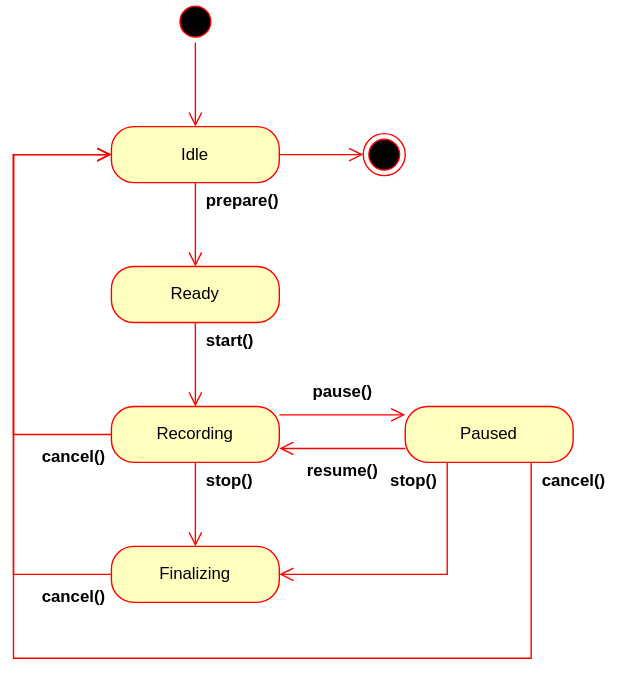
Before: docs/images/Model/Recorder/state.drawio.svg, a diagram exported from draw.io (ryonakano/reco). Source tidied: cells renumbered, new cells last; positions are measured from the earlier drawing's top-left corner, leaving out a move shared by most shapes. Source of this version:
```xml
<mxGraphModel background="#ffffff">
  <root>
    <mxCell id="0" />
    <mxCell id="1" parent="0" />
    <mxCell id="2" style="ellipse;html=1;shape=startState;fillColor=#000000;strokeColor=#ff0000;" parent="1" vertex="1">
      <mxGeometry x="115" width="30" height="30" as="geometry" />
    </mxCell>
    <mxCell id="3" style="edgeStyle=orthogonalEdgeStyle;html=1;verticalAlign=bottom;endArrow=open;endSize=8;strokeColor=#ff0000;rounded=0;" parent="1" edge="1" source="2">
      <mxGeometry relative="1" as="geometry">
        <mxPoint x="130" y="90" as="targetPoint" />
      </mxGeometry>
    </mxCell>
    <mxCell id="4" style="edgeStyle=orthogonalEdgeStyle;rounded=0;jettySize=auto;html=1;entryX=0;entryY=0.5;entryDx=0;entryDy=0;startSize=8;endSize=8;endArrow=open;endFill=0;strokeColor=#FF0000;" parent="1" edge="1" source="5" target="18">
      <mxGeometry relative="1" as="geometry" />
    </mxCell>
    <mxCell id="5" value="Idle" style="rounded=1;whiteSpace=wrap;html=1;arcSize=40;fontColor=#000000;fillColor=#ffffc0;strokeColor=#ff0000;" parent="1" vertex="1">
      <mxGeometry x="70" y="90" width="120" height="40" as="geometry" />
    </mxCell>
    <mxCell id="6" style="edgeStyle=orthogonalEdgeStyle;html=1;verticalAlign=bottom;endArrow=open;endSize=8;strokeColor=#ff0000;rounded=0;" parent="1" edge="1" source="5">
      <mxGeometry relative="1" as="geometry">
        <mxPoint x="130" y="190" as="targetPoint" />
      </mxGeometry>
    </mxCell>
    <mxCell id="7" value="Ready" style="rounded=1;whiteSpace=wrap;html=1;arcSize=40;fontColor=#000000;fillColor=#ffffc0;strokeColor=#ff0000;" parent="1" vertex="1">
      <mxGeometry x="70" y="190" width="120" height="40" as="geometry" />
    </mxCell>
    <mxCell id="8" style="edgeStyle=orthogonalEdgeStyle;html=1;verticalAlign=bottom;endArrow=open;endSize=8;strokeColor=#ff0000;rounded=0;" parent="1" edge="1" source="7">
      <mxGeometry relative="1" as="geometry">
        <mxPoint x="130" y="290" as="targetPoint" />
      </mxGeometry>
    </mxCell>
    <mxCell id="9" style="edgeStyle=orthogonalEdgeStyle;rounded=0;jettySize=auto;html=1;entryX=0;entryY=0.5;entryDx=0;entryDy=0;exitX=0;exitY=0.5;exitDx=0;exitDy=0;strokeColor=#FF0000;endSize=8;startSize=8;endArrow=open;endFill=0;" parent="1" edge="1" source="10" target="5">
      <mxGeometry relative="1" as="geometry">
        <Array as="points">
          <mxPoint y="310" />
          <mxPoint y="110" />
        </Array>
      </mxGeometry>
    </mxCell>
    <mxCell id="10" value="Recording" style="rounded=1;whiteSpace=wrap;html=1;arcSize=40;fontColor=#000000;fillColor=#ffffc0;strokeColor=#ff0000;" parent="1" vertex="1">
      <mxGeometry x="70" y="290" width="120" height="40" as="geometry" />
    </mxCell>
    <mxCell id="11" style="edgeStyle=orthogonalEdgeStyle;html=1;verticalAlign=bottom;endArrow=open;endSize=8;strokeColor=#ff0000;rounded=0;" parent="1" edge="1" source="10">
      <mxGeometry relative="1" as="geometry">
        <mxPoint x="130" y="390" as="targetPoint" />
      </mxGeometry>
    </mxCell>
    <mxCell id="12" value="Finalizing" style="rounded=1;whiteSpace=wrap;html=1;arcSize=40;fontColor=#000000;fillColor=#ffffc0;strokeColor=#ff0000;" parent="1" vertex="1">
      <mxGeometry x="70" y="390" width="120" height="40" as="geometry" />
    </mxCell>
    <mxCell id="13" style="edgeStyle=orthogonalEdgeStyle;html=1;verticalAlign=bottom;endArrow=open;endSize=8;strokeColor=#ff0000;rounded=0;entryX=0;entryY=0.5;entryDx=0;entryDy=0;" parent="1" edge="1" source="12" target="5">
      <mxGeometry relative="1" as="geometry">
        <Array as="points">
          <mxPoint y="410" />
          <mxPoint y="110" />
        </Array>
      </mxGeometry>
    </mxCell>
    <mxCell id="14" style="edgeStyle=orthogonalEdgeStyle;rounded=0;jettySize=auto;html=1;entryX=1;entryY=0.5;entryDx=0;entryDy=0;endArrow=open;endFill=0;strokeColor=light-dark(#FF0000,#EDEDED);endSize=8;startSize=8;exitX=0.25;exitY=1;exitDx=0;exitDy=0;" parent="1" edge="1" source="16" target="12">
      <mxGeometry relative="1" as="geometry">
        <Array as="points">
          <mxPoint x="310" y="410" />
        </Array>
      </mxGeometry>
    </mxCell>
    <mxCell id="15" style="edgeStyle=orthogonalEdgeStyle;rounded=0;jettySize=auto;html=1;entryX=0;entryY=0.5;entryDx=0;entryDy=0;exitX=0.75;exitY=1;exitDx=0;exitDy=0;strokeColor=#FF0000;endArrow=open;endFill=0;endSize=8;startSize=8;" parent="1" edge="1" source="16" target="5">
      <mxGeometry relative="1" as="geometry">
        <Array as="points">
          <mxPoint x="370" y="470" />
          <mxPoint y="470" />
          <mxPoint y="110" />
        </Array>
      </mxGeometry>
    </mxCell>
    <mxCell id="16" value="Paused" style="rounded=1;whiteSpace=wrap;html=1;arcSize=40;fontColor=#000000;fillColor=#ffffc0;strokeColor=#ff0000;" parent="1" vertex="1">
      <mxGeometry x="280" y="290" width="120" height="40" as="geometry" />
    </mxCell>
    <mxCell id="17" style="edgeStyle=orthogonalEdgeStyle;html=1;verticalAlign=bottom;endArrow=open;endSize=8;strokeColor=#ff0000;rounded=0;entryX=1;entryY=0.5;entryDx=0;entryDy=0;startArrow=none;startFill=0;startSize=8;" parent="1" edge="1">
      <mxGeometry relative="1" as="geometry">
        <mxPoint x="280" y="320" as="sourcePoint" />
        <mxPoint x="190" y="320" as="targetPoint" />
      </mxGeometry>
    </mxCell>
    <mxCell id="18" style="ellipse;html=1;shape=endState;fillColor=#000000;strokeColor=#ff0000;" parent="1" vertex="1">
      <mxGeometry x="250" y="95" width="30" height="30" as="geometry" />
    </mxCell>
    <mxCell id="19" value="prepare()" style="text;align=left;fontStyle=1;verticalAlign=middle;spacingLeft=6;spacingRight=3;strokeColor=none;html=1;" parent="1" vertex="1">
      <mxGeometry x="130" y="130" width="70" height="26" as="geometry" />
    </mxCell>
    <mxCell id="20" value="start()" style="text;align=left;fontStyle=1;verticalAlign=middle;spacingLeft=6;spacingRight=3;strokeColor=none;html=1;" parent="1" vertex="1">
      <mxGeometry x="130" y="230" width="70" height="26" as="geometry" />
    </mxCell>
    <mxCell id="21" value="pause()" style="text;align=center;fontStyle=1;verticalAlign=middle;spacingLeft=3;spacingRight=3;strokeColor=none;html=1;spacingBottom=6;" parent="1" vertex="1">
      <mxGeometry x="200" y="270" width="70" height="26" as="geometry" />
    </mxCell>
    <mxCell id="22" value="resume()" style="text;align=center;fontStyle=1;verticalAlign=middle;spacingLeft=3;spacingRight=3;strokeColor=none;html=1;spacingTop=6;" parent="1" vertex="1">
      <mxGeometry x="200" y="320" width="70" height="26" as="geometry" />
    </mxCell>
    <mxCell id="23" value="stop()" style="text;align=right;fontStyle=1;verticalAlign=middle;spacingLeft=3;spacingRight=6;strokeColor=none;html=1;" parent="1" vertex="1">
      <mxGeometry x="240" y="330" width="70" height="26" as="geometry" />
    </mxCell>
    <mxCell id="24" value="stop()" style="text;align=left;fontStyle=1;verticalAlign=middle;spacingLeft=6;spacingRight=3;strokeColor=none;html=1;" parent="1" vertex="1">
      <mxGeometry x="130" y="330" width="70" height="26" as="geometry" />
    </mxCell>
    <mxCell id="25" style="edgeStyle=orthogonalEdgeStyle;html=1;verticalAlign=bottom;endArrow=none;endSize=8;strokeColor=#ff0000;rounded=0;entryX=1;entryY=0.5;entryDx=0;entryDy=0;startArrow=open;startFill=1;startSize=8;endFill=0;" parent="1" edge="1">
      <mxGeometry relative="1" as="geometry">
        <mxPoint x="280" y="296" as="sourcePoint" />
        <mxPoint x="190" y="296" as="targetPoint" />
      </mxGeometry>
    </mxCell>
    <mxCell id="26" value="cancel()" style="text;align=right;fontStyle=1;verticalAlign=middle;spacingLeft=3;spacingRight=3;strokeColor=none;html=1;spacingTop=6;" parent="1" vertex="1">
      <mxGeometry y="310" width="70" height="26" as="geometry" />
    </mxCell>
    <mxCell id="27" value="cancel()" style="text;align=right;fontStyle=1;verticalAlign=middle;spacingLeft=3;spacingRight=3;strokeColor=none;html=1;spacingTop=6;" parent="1" vertex="1">
      <mxGeometry y="410" width="70" height="26" as="geometry" />
    </mxCell>
    <mxCell id="28" value="cancel()" style="text;align=left;fontStyle=1;verticalAlign=middle;spacingLeft=6;spacingRight=3;strokeColor=none;html=1;spacingTop=0;" parent="1" vertex="1">
      <mxGeometry x="370" y="330" width="70" height="26" as="geometry" />
    </mxCell>
  </root>
</mxGraphModel>
```
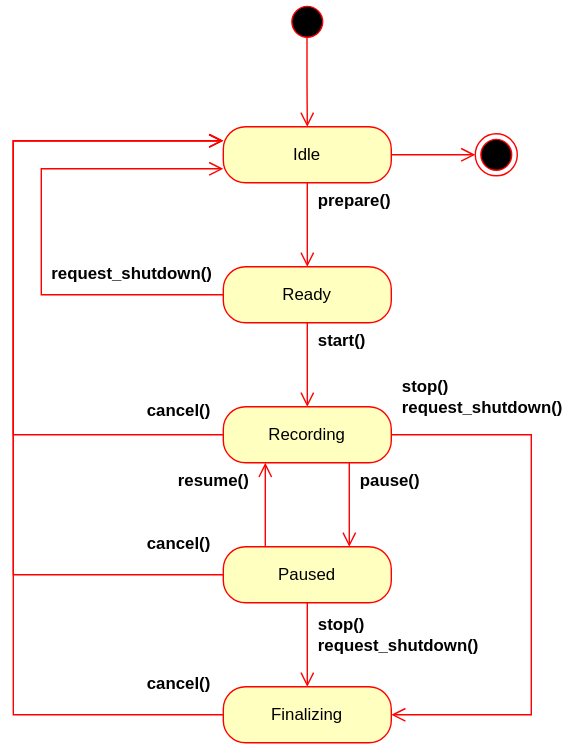
After the change.

Commit message:
docs: Recorder: Explicit graceful shutdown

The edit, as a diff of the source:
```diff
@@ -5,7 +5,7 @@
     <mxCell id="2" style="ellipse;html=1;shape=startState;fillColor=#000000;strokeColor=#ff0000;" parent="1" vertex="1">
       <mxGeometry x="115" width="30" height="30" as="geometry" />
     </mxCell>
-    <mxCell id="3" style="edgeStyle=orthogonalEdgeStyle;html=1;verticalAlign=bottom;endArrow=open;endSize=8;strokeColor=#ff0000;rounded=0;" parent="1" edge="1" source="2">
+    <mxCell id="3" style="edgeStyle=orthogonalEdgeStyle;html=1;verticalAlign=bottom;endArrow=open;endSize=8;strokeColor=#ff0000;rounded=0;exitX=0.493;exitY=0.873;exitDx=0;exitDy=0;exitPerimeter=0;" parent="1" edge="1" source="2">
       <mxGeometry relative="1" as="geometry">
         <mxPoint x="130" y="90" as="targetPoint" />
       </mxGeometry>
@@ -21,6 +21,14 @@
         <mxPoint x="130" y="190" as="targetPoint" />
       </mxGeometry>
     </mxCell>
+    <mxCell id="29" style="edgeStyle=orthogonalEdgeStyle;rounded=0;jettySize=auto;html=1;exitX=0;exitY=0.5;exitDx=0;exitDy=0;entryX=0;entryY=0.75;entryDx=0;entryDy=0;strokeColor=#FF0000;endArrow=open;endFill=0;endSize=8;" parent="1" edge="1" source="7" target="5">
+      <mxGeometry relative="1" as="geometry">
+        <Array as="points">
+          <mxPoint x="-60" y="210" />
+          <mxPoint x="-60" y="120" />
+        </Array>
+      </mxGeometry>
+    </mxCell>
     <mxCell id="7" value="Ready" style="rounded=1;whiteSpace=wrap;html=1;arcSize=40;fontColor=#000000;fillColor=#ffffc0;strokeColor=#ff0000;" parent="1" vertex="1">
       <mxGeometry x="70" y="190" width="120" height="40" as="geometry" />
     </mxCell>
@@ -29,58 +37,56 @@
         <mxPoint x="130" y="290" as="targetPoint" />
       </mxGeometry>
     </mxCell>
+    <mxCell id="30" style="edgeStyle=orthogonalEdgeStyle;rounded=0;jettySize=auto;html=1;exitX=0.75;exitY=1;exitDx=0;exitDy=0;entryX=0.75;entryY=0;entryDx=0;entryDy=0;strokeColor=#FF0000;endSize=8;endArrow=open;endFill=0;" parent="1" edge="1" source="10" target="12">
+      <mxGeometry relative="1" as="geometry" />
+    </mxCell>
+    <mxCell id="31" style="edgeStyle=orthogonalEdgeStyle;rounded=0;jettySize=auto;html=1;entryX=1;entryY=0.5;entryDx=0;entryDy=0;strokeColor=#FF0000;endArrow=open;endFill=0;endSize=8;" parent="1" edge="1" source="10" target="16">
+      <mxGeometry relative="1" as="geometry">
+        <Array as="points">
+          <mxPoint x="290" y="310" />
+          <mxPoint x="290" y="510" />
+        </Array>
+      </mxGeometry>
+    </mxCell>
-    <mxCell id="9" style="edgeStyle=orthogonalEdgeStyle;rounded=0;jettySize=auto;html=1;entryX=0;entryY=0.5;entryDx=0;entryDy=0;exitX=0;exitY=0.5;exitDx=0;exitDy=0;strokeColor=#FF0000;endSize=8;startSize=8;endArrow=open;endFill=0;" parent="1" edge="1" source="10" target="5">
+    <mxCell id="9" style="edgeStyle=orthogonalEdgeStyle;rounded=0;jettySize=auto;html=1;entryX=0;entryY=0.25;entryDx=0;entryDy=0;exitX=0;exitY=0.5;exitDx=0;exitDy=0;strokeColor=#FF0000;endSize=8;endArrow=open;endFill=0;" parent="1" edge="1" source="10" target="5">
       <mxGeometry relative="1" as="geometry">
         <Array as="points">
-          <mxPoint y="310" />
-          <mxPoint y="110" />
+          <mxPoint x="-80" y="310" />
+          <mxPoint x="-80" y="100" />
         </Array>
       </mxGeometry>
     </mxCell>
     <mxCell id="10" value="Recording" style="rounded=1;whiteSpace=wrap;html=1;arcSize=40;fontColor=#000000;fillColor=#ffffc0;strokeColor=#ff0000;" parent="1" vertex="1">
       <mxGeometry x="70" y="290" width="120" height="40" as="geometry" />
     </mxCell>
-    <mxCell id="11" style="edgeStyle=orthogonalEdgeStyle;html=1;verticalAlign=bottom;endArrow=open;endSize=8;strokeColor=#ff0000;rounded=0;" parent="1" edge="1" source="10">
-      <mxGeometry relative="1" as="geometry">
-        <mxPoint x="130" y="390" as="targetPoint" />
-      </mxGeometry>
-    </mxCell>
+    <mxCell id="32" style="edgeStyle=orthogonalEdgeStyle;rounded=0;jettySize=auto;html=1;exitX=0.25;exitY=0;exitDx=0;exitDy=0;entryX=0.25;entryY=1;entryDx=0;entryDy=0;strokeColor=#FF0000;endArrow=open;endFill=0;endSize=8;" parent="1" edge="1" source="12" target="10">
+      <mxGeometry relative="1" as="geometry" />
+    </mxCell>
+    <mxCell id="33" style="edgeStyle=orthogonalEdgeStyle;rounded=0;jettySize=auto;html=1;entryX=0.5;entryY=0;entryDx=0;entryDy=0;strokeColor=#FF0000;endArrow=open;endFill=0;endSize=8;" parent="1" edge="1" source="12" target="16">
+      <mxGeometry relative="1" as="geometry" />
+    </mxCell>
+    <mxCell id="34" style="edgeStyle=orthogonalEdgeStyle;rounded=0;jettySize=auto;html=1;entryX=0;entryY=0.25;entryDx=0;entryDy=0;exitX=0;exitY=0.5;exitDx=0;exitDy=0;strokeColor=#FF0000;endArrow=open;endFill=0;endSize=8;" parent="1" edge="1" source="12" target="5">
+      <mxGeometry relative="1" as="geometry">
+        <Array as="points">
+          <mxPoint x="-80" y="410" />
+          <mxPoint x="-80" y="100" />
+        </Array>
+      </mxGeometry>
+    </mxCell>
-    <mxCell id="12" value="Finalizing" style="rounded=1;whiteSpace=wrap;html=1;arcSize=40;fontColor=#000000;fillColor=#ffffc0;strokeColor=#ff0000;" parent="1" vertex="1">
+    <mxCell id="12" value="Paused" style="rounded=1;whiteSpace=wrap;html=1;arcSize=40;fontColor=#000000;fillColor=#ffffc0;strokeColor=#ff0000;" parent="1" vertex="1">
       <mxGeometry x="70" y="390" width="120" height="40" as="geometry" />
     </mxCell>
-    <mxCell id="13" style="edgeStyle=orthogonalEdgeStyle;html=1;verticalAlign=bottom;endArrow=open;endSize=8;strokeColor=#ff0000;rounded=0;entryX=0;entryY=0.5;entryDx=0;entryDy=0;" parent="1" edge="1" source="12" target="5">
+    <mxCell id="13" style="edgeStyle=orthogonalEdgeStyle;html=1;verticalAlign=bottom;endArrow=open;endSize=8;strokeColor=#ff0000;rounded=0;exitX=0;exitY=0.5;exitDx=0;exitDy=0;entryX=0;entryY=0.25;entryDx=0;entryDy=0;" parent="1" edge="1" source="16" target="5">
       <mxGeometry relative="1" as="geometry">
         <Array as="points">
-          <mxPoint y="410" />
-          <mxPoint y="110" />
+          <mxPoint x="-80" y="510" />
+          <mxPoint x="-80" y="100" />
         </Array>
       </mxGeometry>
     </mxCell>
-    <mxCell id="14" style="edgeStyle=orthogonalEdgeStyle;rounded=0;jettySize=auto;html=1;entryX=1;entryY=0.5;entryDx=0;entryDy=0;endArrow=open;endFill=0;strokeColor=light-dark(#FF0000,#EDEDED);endSize=8;startSize=8;exitX=0.25;exitY=1;exitDx=0;exitDy=0;" parent="1" edge="1" source="16" target="12">
-      <mxGeometry relative="1" as="geometry">
-        <Array as="points">
-          <mxPoint x="310" y="410" />
-        </Array>
-      </mxGeometry>
-    </mxCell>
-    <mxCell id="15" style="edgeStyle=orthogonalEdgeStyle;rounded=0;jettySize=auto;html=1;entryX=0;entryY=0.5;entryDx=0;entryDy=0;exitX=0.75;exitY=1;exitDx=0;exitDy=0;strokeColor=#FF0000;endArrow=open;endFill=0;endSize=8;startSize=8;" parent="1" edge="1" source="16" target="5">
-      <mxGeometry relative="1" as="geometry">
-        <Array as="points">
-          <mxPoint x="370" y="470" />
-          <mxPoint y="470" />
-          <mxPoint y="110" />
-        </Array>
-      </mxGeometry>
-    </mxCell>
-    <mxCell id="16" value="Paused" style="rounded=1;whiteSpace=wrap;html=1;arcSize=40;fontColor=#000000;fillColor=#ffffc0;strokeColor=#ff0000;" parent="1" vertex="1">
-      <mxGeometry x="280" y="290" width="120" height="40" as="geometry" />
+    <mxCell id="16" value="Finalizing" style="rounded=1;whiteSpace=wrap;html=1;arcSize=40;fontColor=#000000;fillColor=#ffffc0;strokeColor=#ff0000;" parent="1" vertex="1">
+      <mxGeometry x="70" y="490" width="120" height="40" as="geometry" />
     </mxCell>
-    <mxCell id="17" style="edgeStyle=orthogonalEdgeStyle;html=1;verticalAlign=bottom;endArrow=open;endSize=8;strokeColor=#ff0000;rounded=0;entryX=1;entryY=0.5;entryDx=0;entryDy=0;startArrow=none;startFill=0;startSize=8;" parent="1" edge="1">
-      <mxGeometry relative="1" as="geometry">
-        <mxPoint x="280" y="320" as="sourcePoint" />
-        <mxPoint x="190" y="320" as="targetPoint" />
-      </mxGeometry>
-    </mxCell>
     <mxCell id="18" style="ellipse;html=1;shape=endState;fillColor=#000000;strokeColor=#ff0000;" parent="1" vertex="1">
       <mxGeometry x="250" y="95" width="30" height="30" as="geometry" />
     </mxCell>
@@ -90,32 +96,29 @@
     <mxCell id="20" value="start()" style="text;align=left;fontStyle=1;verticalAlign=middle;spacingLeft=6;spacingRight=3;strokeColor=none;html=1;" parent="1" vertex="1">
       <mxGeometry x="130" y="230" width="70" height="26" as="geometry" />
     </mxCell>
-    <mxCell id="21" value="pause()" style="text;align=center;fontStyle=1;verticalAlign=middle;spacingLeft=3;spacingRight=3;strokeColor=none;html=1;spacingBottom=6;" parent="1" vertex="1">
-      <mxGeometry x="200" y="270" width="70" height="26" as="geometry" />
-    </mxCell>
+    <mxCell id="24" value="pause()" style="text;align=left;fontStyle=1;verticalAlign=middle;spacingLeft=6;spacingRight=0;strokeColor=none;html=1;" parent="1" vertex="1">
+      <mxGeometry x="160" y="330" width="70" height="26" as="geometry" />
+    </mxCell>
-    <mxCell id="22" value="resume()" style="text;align=center;fontStyle=1;verticalAlign=middle;spacingLeft=3;spacingRight=3;strokeColor=none;html=1;spacingTop=6;" parent="1" vertex="1">
-      <mxGeometry x="200" y="320" width="70" height="26" as="geometry" />
+    <mxCell id="22" value="resume()" style="text;align=left;fontStyle=1;verticalAlign=middle;spacingLeft=6;spacingRight=0;strokeColor=none;html=1;" parent="1" vertex="1">
+      <mxGeometry x="30" y="330" width="70" height="26" as="geometry" />
     </mxCell>
-    <mxCell id="23" value="stop()" style="text;align=right;fontStyle=1;verticalAlign=middle;spacingLeft=3;spacingRight=6;strokeColor=none;html=1;" parent="1" vertex="1">
-      <mxGeometry x="240" y="330" width="70" height="26" as="geometry" />
-    </mxCell>
-    <mxCell id="24" value="stop()" style="text;align=left;fontStyle=1;verticalAlign=middle;spacingLeft=6;spacingRight=3;strokeColor=none;html=1;" parent="1" vertex="1">
-      <mxGeometry x="130" y="330" width="70" height="26" as="geometry" />
-    </mxCell>
-    <mxCell id="25" style="edgeStyle=orthogonalEdgeStyle;html=1;verticalAlign=bottom;endArrow=none;endSize=8;strokeColor=#ff0000;rounded=0;entryX=1;entryY=0.5;entryDx=0;entryDy=0;startArrow=open;startFill=1;startSize=8;endFill=0;" parent="1" edge="1">
-      <mxGeometry relative="1" as="geometry">
-        <mxPoint x="280" y="296" as="sourcePoint" />
-        <mxPoint x="190" y="296" as="targetPoint" />
-      </mxGeometry>
-    </mxCell>
-    <mxCell id="26" value="cancel()" style="text;align=right;fontStyle=1;verticalAlign=middle;spacingLeft=3;spacingRight=3;strokeColor=none;html=1;spacingTop=6;" parent="1" vertex="1">
-      <mxGeometry y="310" width="70" height="26" as="geometry" />
-    </mxCell>
-    <mxCell id="27" value="cancel()" style="text;align=right;fontStyle=1;verticalAlign=middle;spacingLeft=3;spacingRight=3;strokeColor=none;html=1;spacingTop=6;" parent="1" vertex="1">
-      <mxGeometry y="410" width="70" height="26" as="geometry" />
-    </mxCell>
-    <mxCell id="28" value="cancel()" style="text;align=left;fontStyle=1;verticalAlign=middle;spacingLeft=6;spacingRight=3;strokeColor=none;html=1;spacingTop=0;" parent="1" vertex="1">
-      <mxGeometry x="370" y="330" width="70" height="26" as="geometry" />
-    </mxCell>
+    <mxCell id="35" value="&lt;b&gt;request_shutdown()&lt;/b&gt;" style="text;html=1;whiteSpace=wrap;strokeColor=none;fillColor=none;align=center;verticalAlign=middle;rounded=0;" parent="1" vertex="1">
+      <mxGeometry x="-60" y="180" width="130" height="30" as="geometry" />
+    </mxCell>
+    <mxCell id="36" value="&lt;div&gt;stop()&lt;/div&gt;request_shutdown()" style="text;align=left;fontStyle=1;verticalAlign=middle;spacingLeft=6;spacingRight=0;strokeColor=none;html=1;" parent="1" vertex="1">
+      <mxGeometry x="190" y="260" width="140" height="46" as="geometry" />
+    </mxCell>
+    <mxCell id="37" value="&lt;div&gt;stop()&lt;/div&gt;request_shutdown()" style="text;align=left;fontStyle=1;verticalAlign=middle;spacingLeft=6;spacingRight=0;strokeColor=none;html=1;" parent="1" vertex="1">
+      <mxGeometry x="130" y="430" width="140" height="46" as="geometry" />
+    </mxCell>
+    <mxCell id="38" value="&lt;div align=&quot;center&quot;&gt;cancel()&lt;/div&gt;" style="text;align=center;fontStyle=1;verticalAlign=middle;spacingLeft=6;spacingRight=0;strokeColor=none;html=1;" parent="1" vertex="1">
+      <mxGeometry y="280" width="70" height="26" as="geometry" />
+    </mxCell>
+    <mxCell id="39" value="&lt;div align=&quot;center&quot;&gt;cancel()&lt;/div&gt;" style="text;align=center;fontStyle=1;verticalAlign=middle;spacingLeft=6;spacingRight=0;strokeColor=none;html=1;" parent="1" vertex="1">
+      <mxGeometry y="375" width="70" height="26" as="geometry" />
+    </mxCell>
+    <mxCell id="40" value="&lt;div align=&quot;center&quot;&gt;cancel()&lt;/div&gt;" style="text;align=center;fontStyle=1;verticalAlign=middle;spacingLeft=6;spacingRight=0;strokeColor=none;html=1;" parent="1" vertex="1">
+      <mxGeometry y="475" width="70" height="26" as="geometry" />
+    </mxCell>
   </root>
 </mxGraphModel>
```
